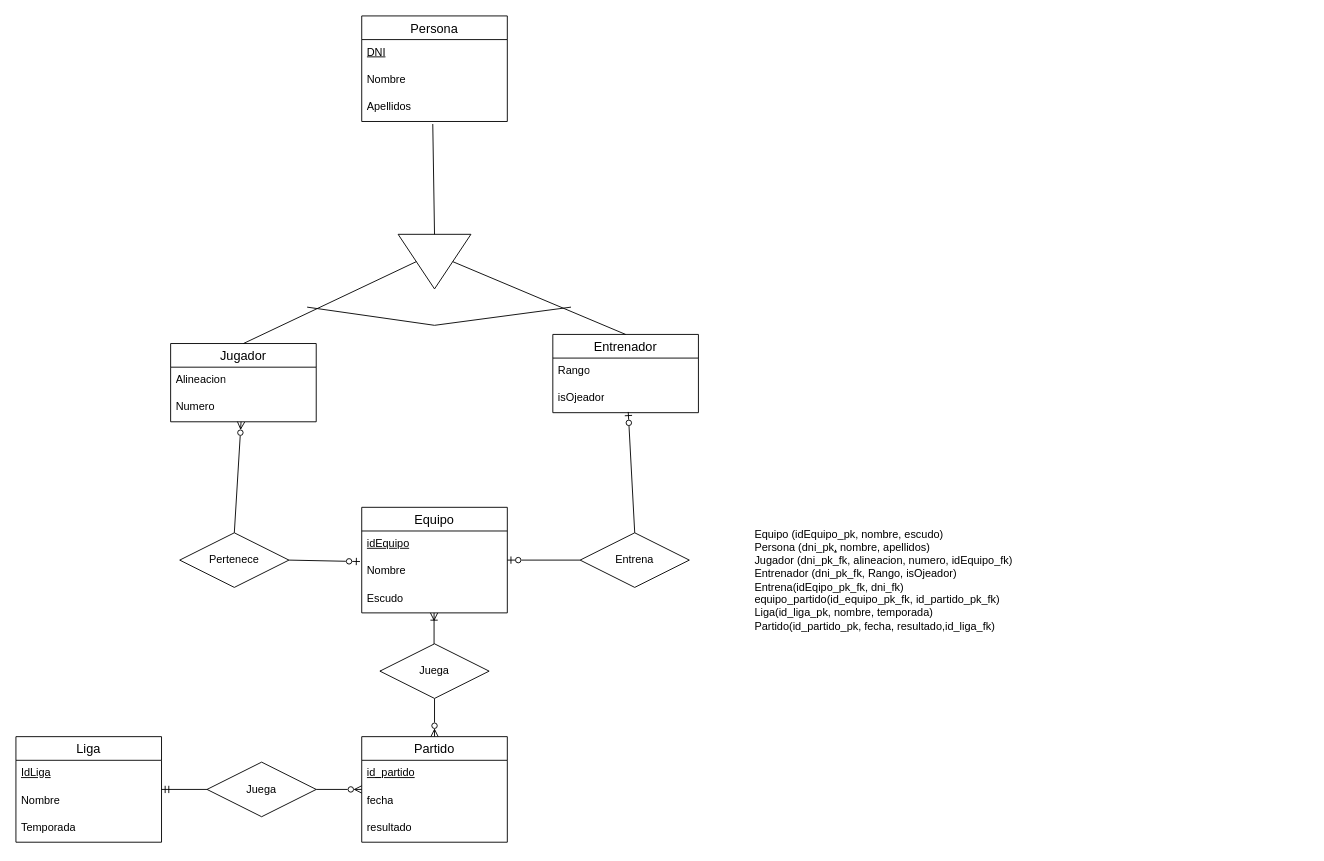
Before: TA12Ej10.drawio in AlejandroCara/acr-tsys-modeloER-drawio-1110, a draw.io diagram. Source tidied: cells renumbered, new cells numbered last; positions are measured from the earlier drawing's top-left corner, leaving out a move shared by most shapes. Both pictures are drawn from the tidied source at 91%, with x=0, y=0 at pixel (15, 15).
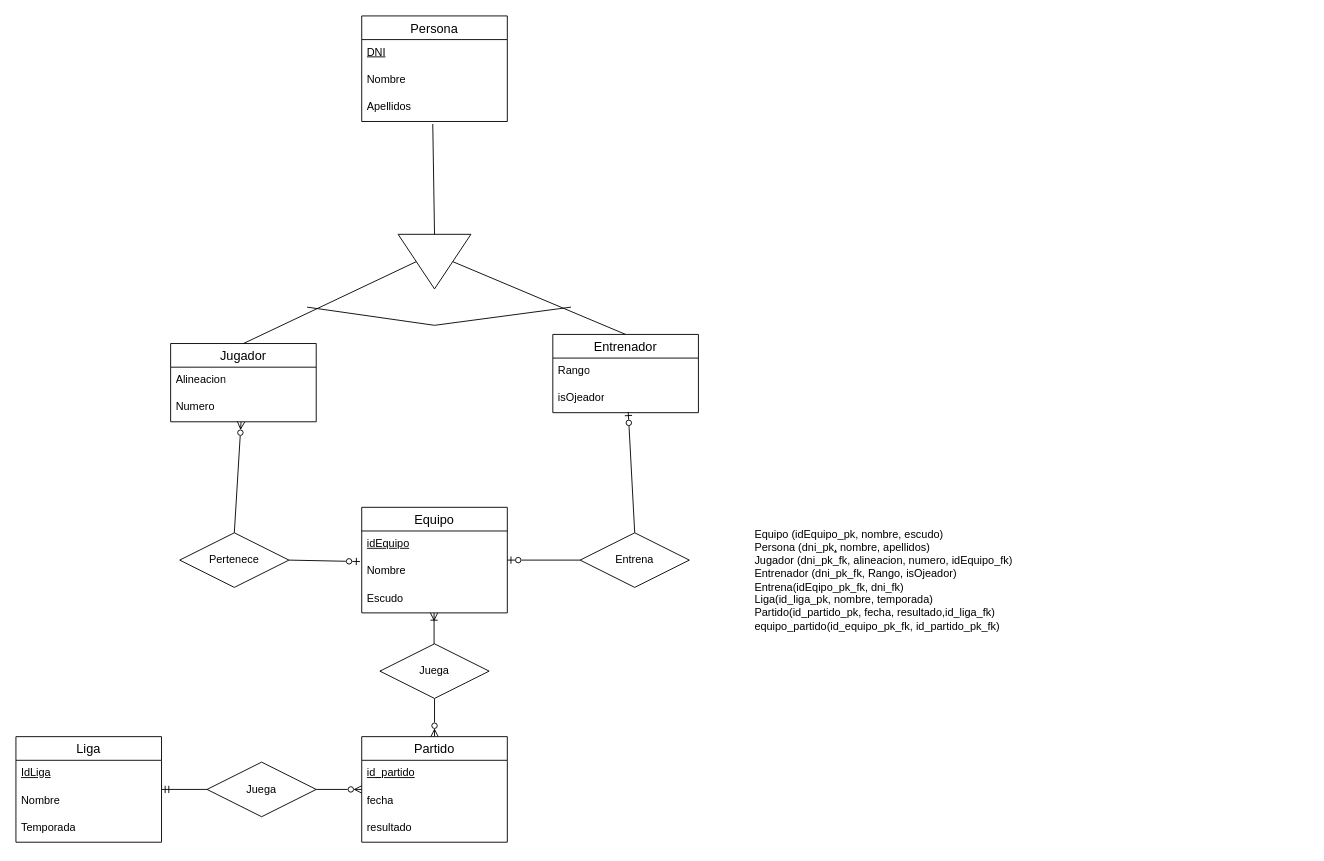
The same diagram, later.

What changed in the source:
```diff
@@
-    <mxCell id="28" value="Equipo (idEquipo_pk, nombre, escudo)&lt;br style=&quot;border-color: var(--border-color);&quot;&gt;Persona (dni_pk&lt;u&gt;,&lt;/u&gt; nombre, apellidos)&lt;br&gt;Jugador (dni_pk_fk, alineacion, numero, idEquipo_fk)&lt;br&gt;Entrenador (dni_pk_fk, Rango, isOjeador)&lt;br&gt;Entrena(idEqipo_pk_fk, dni_fk)&lt;br&gt;equipo_partido(id_equipo_pk_fk, id_partido_pk_fk)&lt;br&gt;&lt;div&gt;Liga(id_liga_pk, nombre, temporada)&lt;/div&gt;&lt;div&gt;Partido(id_partido_pk, fecha, resultado,id_liga_fk)&lt;/div&gt;" style="text;html=1;strokeColor=none;fillColor=none;align=left;verticalAlign=middle;whiteSpace=wrap;rounded=0;" parent="1" vertex="1">
+    <mxCell id="28" value="Equipo (idEquipo_pk, nombre, escudo)&lt;br style=&quot;border-color: var(--border-color);&quot;&gt;Persona (dni_pk&lt;u&gt;,&lt;/u&gt; nombre, apellidos)&lt;br&gt;Jugador (dni_pk_fk, alineacion, numero, idEquipo_fk)&lt;br&gt;Entrenador (dni_pk_fk, Rango, isOjeador)&lt;br&gt;Entrena(idEqipo_pk_fk, dni_fk)&lt;br&gt;&lt;div&gt;Liga(id_liga_pk, nombre, temporada)&lt;/div&gt;&lt;div&gt;Partido(id_partido_pk, fecha, resultado,id_liga_fk)&lt;/div&gt;&lt;div&gt;equipo_partido(id_equipo_pk_fk, id_partido_pk_fk)&lt;/div&gt;" style="text;html=1;strokeColor=none;fillColor=none;align=left;verticalAlign=middle;whiteSpace=wrap;rounded=0;" parent="1" vertex="1">
       <mxGeometry x="810" y="410" width="610" height="420" as="geometry" />
     </mxCell>
```
